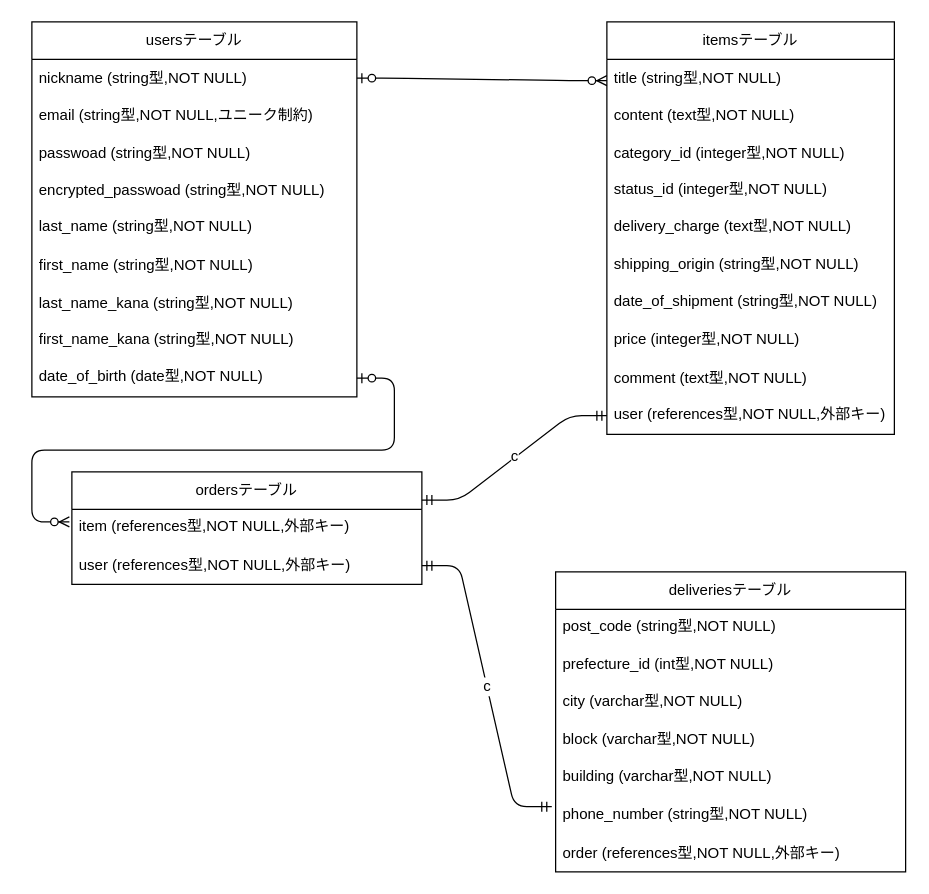
Before: furima.dio in koharayuki/furima-39296, a draw.io diagram. Source tidied: cells renumbered, new cells numbered last; positions are measured from the earlier drawing's top-left corner, leaving out a move shared by most shapes. Both pictures are drawn from the tidied source at 125%, with x=0, y=0 at pixel (31, 21).
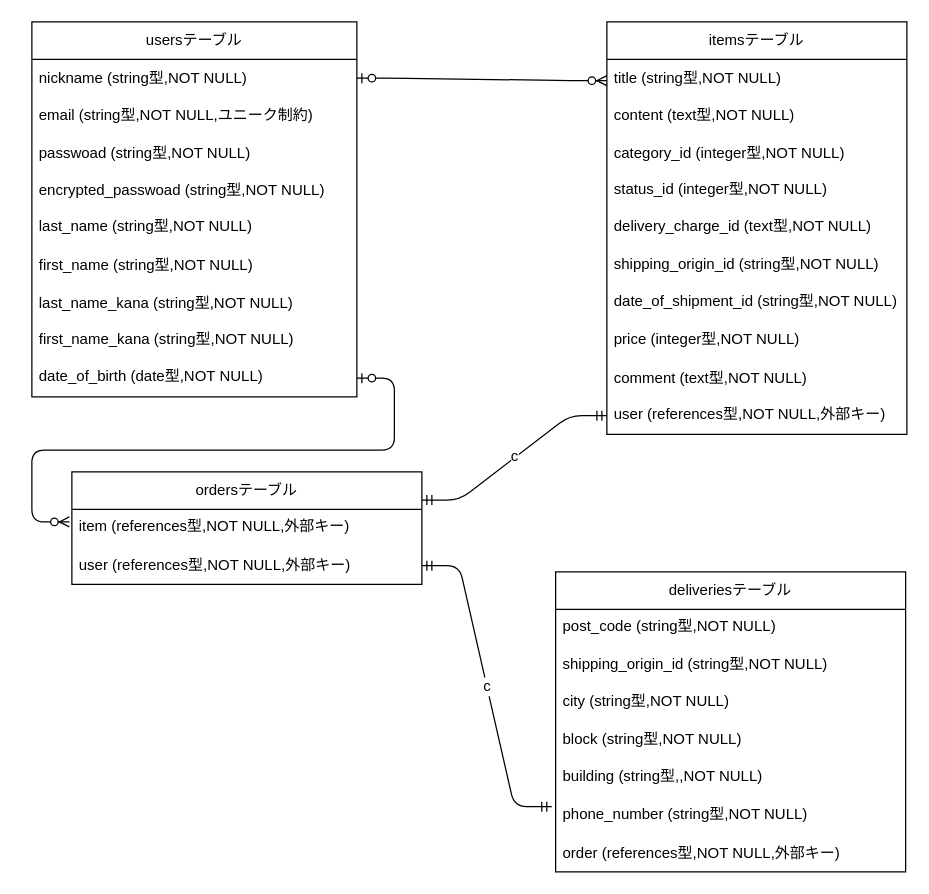
After the change.

Commit message (it also covers changes not shown here):
コメントの修正⑤

Unchanged cells that the change refers to:
```xml
<mxCell id="27" value="deliveriesテーブル" style="swimlane;fontStyle=0;horizontal=1;startSize=30;whiteSpace=wrap;html=1;" parent="1" vertex="1">
  <mxGeometry x="419" y="440" width="280" height="240" as="geometry" />
</mxCell>
```

Diff of the diagram source:
```diff
@@
     <mxCell id="12" value="itemsテーブル" style="swimlane;fontStyle=0;horizontal=1;startSize=30;whiteSpace=wrap;html=1;" parent="1" vertex="1">
-      <mxGeometry x="460" width="230" height="330" as="geometry" />
+      <mxGeometry x="460" width="240" height="330" as="geometry" />
     </mxCell>
     <mxCell id="13" value="title (string型,NOT NULL)" style="text;strokeColor=none;fillColor=none;align=left;verticalAlign=middle;spacingLeft=4;spacingRight=4;overflow=hidden;whiteSpace=wrap;html=1;" parent="12" vertex="1">
-      <mxGeometry y="30" width="230" height="30" as="geometry" />
+      <mxGeometry y="30" width="240" height="30" as="geometry" />
     </mxCell>
     <mxCell id="14" value="content (text型,NOT NULL)" style="text;strokeColor=none;fillColor=none;align=left;verticalAlign=middle;spacingLeft=4;spacingRight=4;overflow=hidden;whiteSpace=wrap;html=1;" parent="12" vertex="1">
-      <mxGeometry y="60" width="230" height="30" as="geometry" />
+      <mxGeometry y="60" width="240" height="30" as="geometry" />
     </mxCell>
     <mxCell id="15" value="&lt;span style=&quot;&quot;&gt;category_id&lt;/span&gt;&amp;nbsp;(integer型,NOT NULL)" style="text;strokeColor=none;fillColor=none;align=left;verticalAlign=middle;spacingLeft=4;spacingRight=4;overflow=hidden;whiteSpace=wrap;html=1;" parent="12" vertex="1">
-      <mxGeometry y="90" width="230" height="30" as="geometry" />
+      <mxGeometry y="90" width="240" height="30" as="geometry" />
     </mxCell>
     <mxCell id="16" value="status_id (integer型,NOT NULL)" style="text;strokeColor=none;fillColor=none;spacingLeft=4;spacingRight=4;overflow=hidden;fontSize=12;" parent="12" vertex="1">
-      <mxGeometry y="120" width="230" height="30" as="geometry" />
+      <mxGeometry y="120" width="240" height="30" as="geometry" />
     </mxCell>
-    <mxCell id="17" value="delivery_charge (text型,NOT NULL)" style="text;strokeColor=none;fillColor=none;spacingLeft=4;spacingRight=4;overflow=hidden;fontSize=12;" parent="12" vertex="1">
-      <mxGeometry y="150" width="230" height="30" as="geometry" />
+    <mxCell id="17" value="delivery_charge_id (text型,NOT NULL)" style="text;strokeColor=none;fillColor=none;spacingLeft=4;spacingRight=4;overflow=hidden;fontSize=12;" parent="12" vertex="1">
+      <mxGeometry y="150" width="240" height="30" as="geometry" />
     </mxCell>
-    <mxCell id="18" value="shipping_origin (string型,NOT NULL)" style="text;strokeColor=none;fillColor=none;spacingLeft=4;spacingRight=4;overflow=hidden;fontSize=12;" parent="12" vertex="1">
-      <mxGeometry y="180" width="230" height="30" as="geometry" />
+    <mxCell id="18" value="shipping_origin_id (string型,NOT NULL)" style="text;strokeColor=none;fillColor=none;spacingLeft=4;spacingRight=4;overflow=hidden;fontSize=12;" parent="12" vertex="1">
+      <mxGeometry y="180" width="240" height="30" as="geometry" />
     </mxCell>
-    <mxCell id="19" value="date_of_shipment (string型,NOT NULL)" style="text;strokeColor=none;fillColor=none;spacingLeft=4;spacingRight=4;overflow=hidden;fontSize=12;" parent="12" vertex="1">
-      <mxGeometry y="210" width="230" height="30" as="geometry" />
+    <mxCell id="19" value="date_of_shipment_id (string型,NOT NULL)" style="text;strokeColor=none;fillColor=none;spacingLeft=4;spacingRight=4;overflow=hidden;fontSize=12;" parent="12" vertex="1">
+      <mxGeometry y="210" width="240" height="30" as="geometry" />
     </mxCell>
     <mxCell id="20" value="price (integer型,NOT NULL)" style="text;strokeColor=none;fillColor=none;spacingLeft=4;spacingRight=4;overflow=hidden;fontSize=12;" parent="12" vertex="1">
-      <mxGeometry y="240" width="230" height="30" as="geometry" />
+      <mxGeometry y="240" width="240" height="30" as="geometry" />
     </mxCell>
     <mxCell id="21" value="comment (text型,NOT NULL)" style="text;strokeColor=none;fillColor=none;align=left;verticalAlign=middle;spacingLeft=4;spacingRight=4;overflow=hidden;whiteSpace=wrap;html=1;" parent="12" vertex="1">
-      <mxGeometry y="270" width="230" height="30" as="geometry" />
+      <mxGeometry y="270" width="240" height="30" as="geometry" />
     </mxCell>
     <mxCell id="22" value="user (references型,NOT NULL,外部キー)" style="text;strokeColor=none;fillColor=none;spacingLeft=4;spacingRight=4;overflow=hidden;points=[[0,0.5],[1,0.5]];portConstraint=eastwest;fontSize=12;" parent="12" vertex="1">
-      <mxGeometry y="300" width="230" height="30" as="geometry" />
+      <mxGeometry y="300" width="240" height="30" as="geometry" />
     </mxCell>
@@
-    <mxCell id="29" value="prefecture_id (int型,NOT NULL)" style="text;strokeColor=none;fillColor=none;spacingLeft=4;spacingRight=4;overflow=hidden;fontSize=12;" parent="27" vertex="1">
+    <mxCell id="29" value="shipping_origin_id (string型,NOT NULL)" style="text;strokeColor=none;fillColor=none;spacingLeft=4;spacingRight=4;overflow=hidden;fontSize=12;" parent="27" vertex="1">
       <mxGeometry y="60" width="280" height="30" as="geometry" />
     </mxCell>
-    <mxCell id="30" value="city (varchar型,NOT NULL)" style="text;strokeColor=none;fillColor=none;spacingLeft=4;spacingRight=4;overflow=hidden;fontSize=12;" parent="27" vertex="1">
+    <mxCell id="30" value="city (string型,NOT NULL)" style="text;strokeColor=none;fillColor=none;spacingLeft=4;spacingRight=4;overflow=hidden;fontSize=12;" parent="27" vertex="1">
       <mxGeometry y="90" width="280" height="30" as="geometry" />
     </mxCell>
-    <mxCell id="31" value="block (varchar型,NOT NULL)" style="text;strokeColor=none;fillColor=none;spacingLeft=4;spacingRight=4;overflow=hidden;fontSize=12;" parent="27" vertex="1">
+    <mxCell id="31" value="block (string型,NOT NULL)" style="text;strokeColor=none;fillColor=none;spacingLeft=4;spacingRight=4;overflow=hidden;fontSize=12;" parent="27" vertex="1">
       <mxGeometry y="120" width="280" height="30" as="geometry" />
     </mxCell>
-    <mxCell id="32" value="building (varchar型,NOT NULL)" style="text;strokeColor=none;fillColor=none;spacingLeft=4;spacingRight=4;overflow=hidden;fontSize=12;" parent="27" vertex="1">
+    <mxCell id="32" value="building (string型,,NOT NULL)" style="text;strokeColor=none;fillColor=none;spacingLeft=4;spacingRight=4;overflow=hidden;fontSize=12;" parent="27" vertex="1">
       <mxGeometry y="150" width="280" height="30" as="geometry" />
     </mxCell>
```
